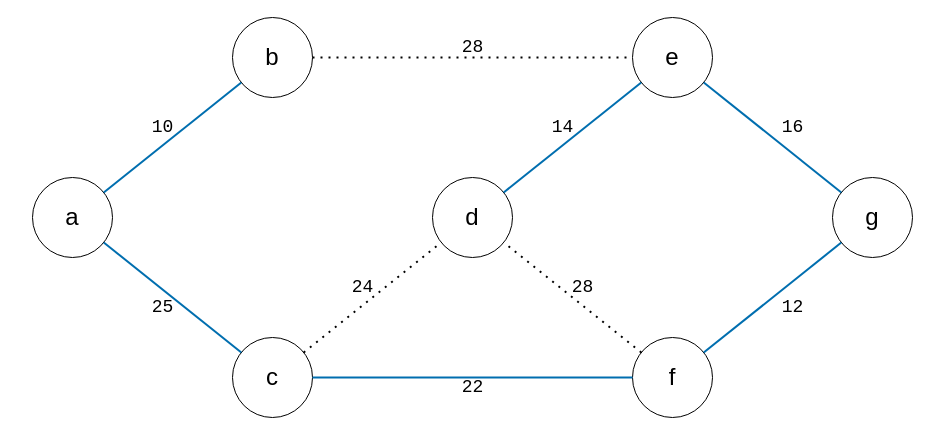
Before: algorithm/assignments/assignment4/img/prim's.drawio in lani009/AU_CA, a draw.io diagram. Source tidied: cells renumbered, new cells numbered last; positions are measured from the earlier drawing's top-left corner, leaving out a move shared by most shapes. Both pictures are drawn from the tidied source at 100%, with x=0, y=0 at pixel (32, 17).
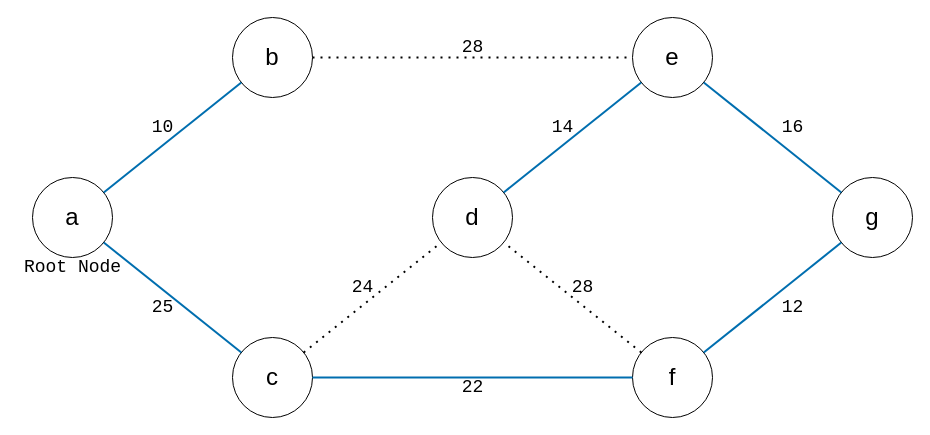
The same diagram, later.

Commit message (it also covers changes not shown here):
modify: algorithm assignment4 prim's algorithm picture changed

Diff of the diagram source:
```diff
@@
+    <mxCell id="27" value="&lt;font face=&quot;Courier New&quot;&gt;&lt;span style=&quot;font-size: 18px&quot;&gt;Root Node&lt;/span&gt;&lt;/font&gt;" style="text;html=1;align=center;verticalAlign=middle;" parent="1" vertex="1">
+      <mxGeometry x="-15" y="240" width="110" height="20" as="geometry" />
+    </mxCell>
```
